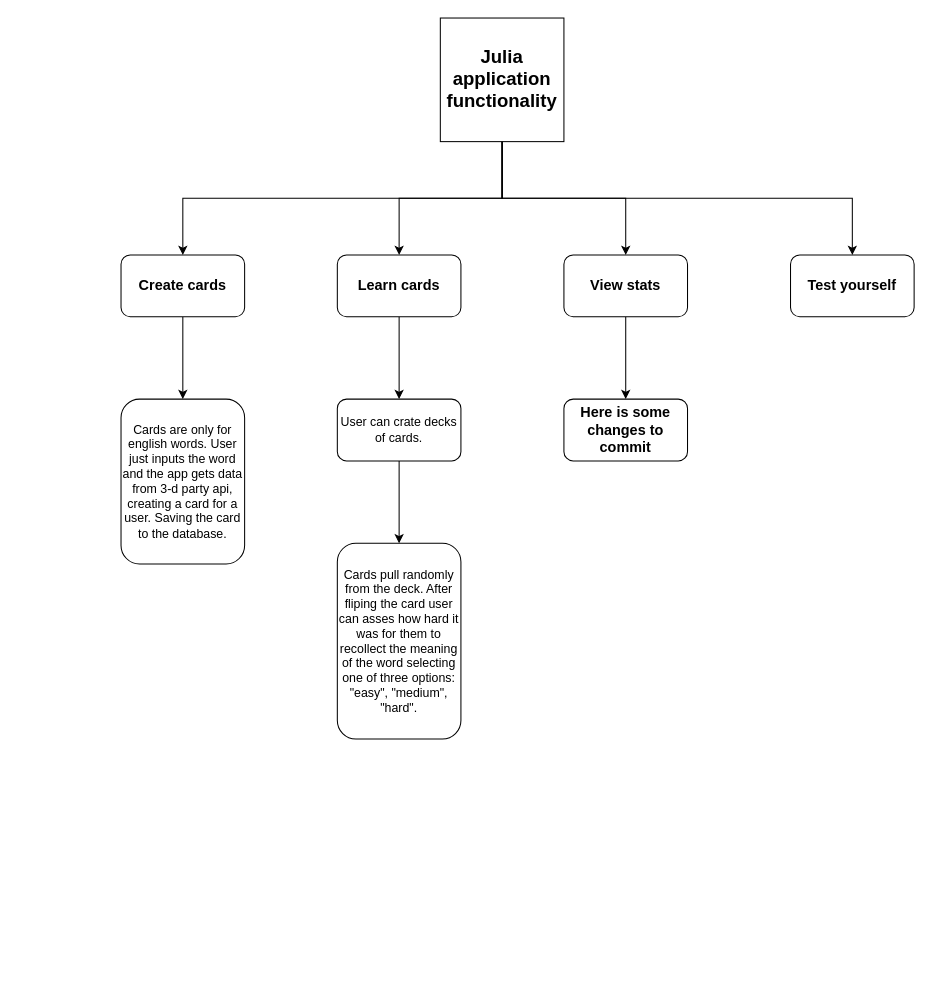
noginpavlo/julia keeps this draw.io diagram as design/julia_functionality.drawio. Above is the earlier version. Source tidied: cells renumbered, new cells numbered last; positions are measured from the earlier drawing's top-left corner, leaving out a move shared by most shapes. Both pictures are drawn from the tidied source at 103%, with x=0, y=0 at pixel (121, 18).
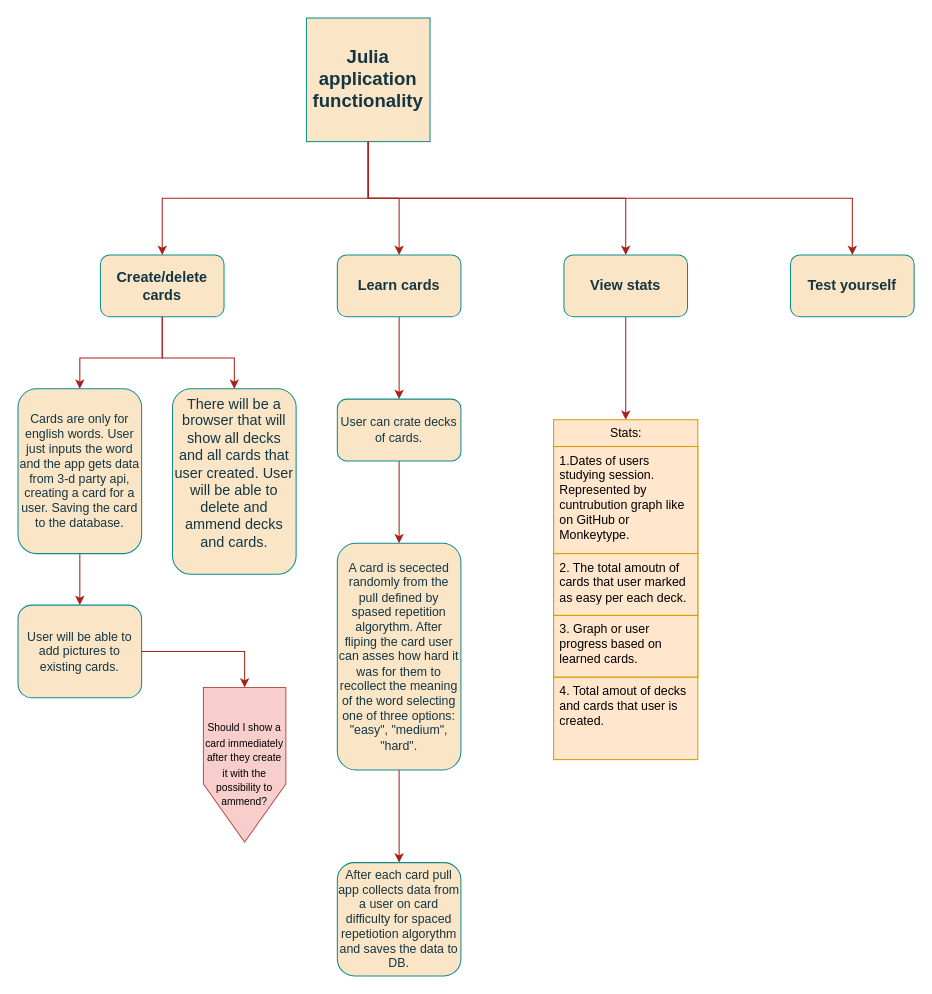
After the change.

What changed in the source:
```diff
@@
-    <mxCell id="2" style="edgeStyle=orthogonalEdgeStyle;rounded=0;jettySize=auto;html=1;" parent="1" edge="1" source="3" target="7">
+    <mxCell id="2" style="edgeStyle=orthogonalEdgeStyle;rounded=0;jettySize=auto;html=1;labelBackgroundColor=none;strokeColor=#A8201A;fontColor=default;" parent="1" edge="1" source="3" target="7">
       <mxGeometry relative="1" as="geometry" />
     </mxCell>
-    <mxCell id="3" value="&lt;font style=&quot;font-size: 18px;&quot;&gt;&lt;b&gt;Julia application functionality&lt;/b&gt;&lt;/font&gt;" style="whiteSpace=wrap;html=1;" parent="1" vertex="1">
-      <mxGeometry x="310" width="120" height="120" as="geometry" />
+    <mxCell id="3" value="&lt;font style=&quot;font-size: 18px;&quot;&gt;&lt;b&gt;Julia application functionality&lt;/b&gt;&lt;/font&gt;" style="whiteSpace=wrap;html=1;labelBackgroundColor=none;fillColor=#FAE5C7;strokeColor=#0F8B8D;fontColor=#143642;" parent="1" vertex="1">
+      <mxGeometry x="180" width="120" height="120" as="geometry" />
     </mxCell>
-    <mxCell id="4" style="edgeStyle=orthogonalEdgeStyle;rounded=0;jettySize=auto;html=1;" parent="1" edge="1" source="5" target="14">
-      <mxGeometry relative="1" as="geometry" />
+    <mxCell id="4" style="edgeStyle=orthogonalEdgeStyle;rounded=0;jettySize=auto;html=1;labelBackgroundColor=none;strokeColor=#A8201A;fontColor=default;entryX=0.5;entryY=0;entryDx=0;entryDy=0;" parent="1" edge="1" source="5" target="14">
+      <mxGeometry relative="1" as="geometry">
+        <Array as="points">
+          <mxPoint x="40" y="330" />
+          <mxPoint x="-40" y="330" />
+        </Array>
+      </mxGeometry>
     </mxCell>
-    <mxCell id="5" value="&lt;font style=&quot;font-size: 14px;&quot;&gt;&lt;b&gt;Create cards&lt;/b&gt;&lt;/font&gt;" style="rounded=1;whiteSpace=wrap;html=1;" parent="1" vertex="1">
-      <mxGeometry y="230" width="120" height="60" as="geometry" />
+    <mxCell id="5" value="&lt;font style=&quot;font-size: 14px;&quot;&gt;&lt;b&gt;Create/delete cards&lt;/b&gt;&lt;/font&gt;" style="rounded=1;whiteSpace=wrap;html=1;labelBackgroundColor=none;fillColor=#FAE5C7;strokeColor=#0F8B8D;fontColor=#143642;" parent="1" vertex="1">
+      <mxGeometry x="-20" y="230" width="120" height="60" as="geometry" />
     </mxCell>
-    <mxCell id="6" style="edgeStyle=orthogonalEdgeStyle;rounded=0;jettySize=auto;html=1;" parent="1" edge="1" source="7" target="16">
+    <mxCell id="6" style="edgeStyle=orthogonalEdgeStyle;rounded=0;jettySize=auto;html=1;labelBackgroundColor=none;strokeColor=#A8201A;fontColor=default;" parent="1" edge="1" source="7" target="16">
       <mxGeometry relative="1" as="geometry" />
     </mxCell>
-    <mxCell id="7" value="&lt;font style=&quot;font-size: 14px;&quot;&gt;&lt;b&gt;Learn cards&lt;/b&gt;&lt;/font&gt;" style="rounded=1;whiteSpace=wrap;html=1;" parent="1" vertex="1">
+    <mxCell id="7" value="&lt;font style=&quot;font-size: 14px;&quot;&gt;&lt;b&gt;Learn cards&lt;/b&gt;&lt;/font&gt;" style="rounded=1;whiteSpace=wrap;html=1;labelBackgroundColor=none;fillColor=#FAE5C7;strokeColor=#0F8B8D;fontColor=#143642;" parent="1" vertex="1">
       <mxGeometry x="210" y="230" width="120" height="60" as="geometry" />
     </mxCell>
-    <mxCell id="8" style="edgeStyle=orthogonalEdgeStyle;rounded=0;jettySize=auto;html=1;" parent="1" edge="1" source="9" target="18">
+    <mxCell id="8" style="edgeStyle=orthogonalEdgeStyle;rounded=0;jettySize=auto;html=1;labelBackgroundColor=none;strokeColor=#A8201A;fontColor=default;entryX=0.5;entryY=0;entryDx=0;entryDy=0;" parent="1" edge="1" source="9" target="22">
       <mxGeometry relative="1" as="geometry" />
     </mxCell>
-    <mxCell id="9" value="&lt;font style=&quot;font-size: 14px;&quot;&gt;&lt;b&gt;View stats&lt;/b&gt;&lt;/font&gt;" style="rounded=1;whiteSpace=wrap;html=1;" parent="1" vertex="1">
+    <mxCell id="9" value="&lt;font style=&quot;font-size: 14px;&quot;&gt;&lt;b&gt;View stats&lt;/b&gt;&lt;/font&gt;" style="rounded=1;whiteSpace=wrap;html=1;labelBackgroundColor=none;fillColor=#FAE5C7;strokeColor=#0F8B8D;fontColor=#143642;" parent="1" vertex="1">
       <mxGeometry x="430" y="230" width="120" height="60" as="geometry" />
     </mxCell>
-    <mxCell id="10" value="&lt;font style=&quot;font-size: 14px;&quot;&gt;&lt;b&gt;Test yourself&lt;/b&gt;&lt;/font&gt;" style="rounded=1;whiteSpace=wrap;html=1;" parent="1" vertex="1">
+    <mxCell id="10" value="&lt;font style=&quot;font-size: 14px;&quot;&gt;&lt;b&gt;Test yourself&lt;/b&gt;&lt;/font&gt;" style="rounded=1;whiteSpace=wrap;html=1;labelBackgroundColor=none;fillColor=#FAE5C7;strokeColor=#0F8B8D;fontColor=#143642;" parent="1" vertex="1">
       <mxGeometry x="650" y="230" width="120" height="60" as="geometry" />
     </mxCell>
-    <mxCell id="11" style="edgeStyle=orthogonalEdgeStyle;rounded=0;jettySize=auto;html=1;exitX=0.5;exitY=1;exitDx=0;exitDy=0;" parent="1" edge="1" source="3" target="9">
+    <mxCell id="11" style="edgeStyle=orthogonalEdgeStyle;rounded=0;jettySize=auto;html=1;exitX=0.5;exitY=1;exitDx=0;exitDy=0;labelBackgroundColor=none;strokeColor=#A8201A;fontColor=default;" parent="1" edge="1" source="3" target="9">
       <mxGeometry relative="1" as="geometry" />
     </mxCell>
-    <mxCell id="12" style="edgeStyle=orthogonalEdgeStyle;rounded=0;jettySize=auto;html=1;entryX=0.5;entryY=0;entryDx=0;entryDy=0;exitX=0.5;exitY=1;exitDx=0;exitDy=0;" parent="1" edge="1" source="3" target="5">
+    <mxCell id="12" style="edgeStyle=orthogonalEdgeStyle;rounded=0;jettySize=auto;html=1;entryX=0.5;entryY=0;entryDx=0;entryDy=0;exitX=0.5;exitY=1;exitDx=0;exitDy=0;labelBackgroundColor=none;strokeColor=#A8201A;fontColor=default;" parent="1" edge="1" source="3" target="5">
       <mxGeometry relative="1" as="geometry" />
     </mxCell>
-    <mxCell id="13" style="edgeStyle=orthogonalEdgeStyle;rounded=0;jettySize=auto;html=1;exitX=0.5;exitY=1;exitDx=0;exitDy=0;entryX=0.5;entryY=0;entryDx=0;entryDy=0;" parent="1" edge="1" source="3" target="10">
+    <mxCell id="13" style="edgeStyle=orthogonalEdgeStyle;rounded=0;jettySize=auto;html=1;exitX=0.5;exitY=1;exitDx=0;exitDy=0;entryX=0.5;entryY=0;entryDx=0;entryDy=0;labelBackgroundColor=none;strokeColor=#A8201A;fontColor=default;" parent="1" edge="1" source="3" target="10">
       <mxGeometry relative="1" as="geometry" />
     </mxCell>
+    <mxCell id="19" style="edgeStyle=orthogonalEdgeStyle;rounded=0;jettySize=auto;html=1;strokeColor=#A8201A;fontColor=#143642;fillColor=#FAE5C7;" parent="1" edge="1" source="14" target="29">
+      <mxGeometry relative="1" as="geometry" />
+    </mxCell>
-    <mxCell id="14" value="Cards are only for english words. User just inputs the word and the app gets data from 3-d party api, creating a card for a user. Saving the card to the database." style="rounded=1;whiteSpace=wrap;html=1;" parent="1" vertex="1">
-      <mxGeometry y="370" width="120" height="160" as="geometry" />
+    <mxCell id="14" value="Cards are only for english words. User just inputs the word and the app gets data from 3-d party api, creating a card for a user. Saving the card to the database." style="rounded=1;whiteSpace=wrap;html=1;labelBackgroundColor=none;fillColor=#FAE5C7;strokeColor=#0F8B8D;fontColor=#143642;" parent="1" vertex="1">
+      <mxGeometry x="-100" y="360" width="120" height="160" as="geometry" />
     </mxCell>
-    <mxCell id="15" style="edgeStyle=orthogonalEdgeStyle;rounded=0;jettySize=auto;html=1;" parent="1" edge="1" source="16" target="17">
+    <mxCell id="15" style="edgeStyle=orthogonalEdgeStyle;rounded=0;jettySize=auto;html=1;labelBackgroundColor=none;strokeColor=#A8201A;fontColor=default;" parent="1" edge="1" source="16" target="17">
       <mxGeometry relative="1" as="geometry" />
     </mxCell>
-    <mxCell id="16" value="&lt;font style=&quot;font-size: 12px;&quot;&gt;User can crate decks of cards.&lt;/font&gt;" style="rounded=1;whiteSpace=wrap;html=1;" parent="1" vertex="1">
+    <mxCell id="16" value="&lt;font style=&quot;font-size: 12px;&quot;&gt;User can crate decks of cards.&lt;/font&gt;" style="rounded=1;whiteSpace=wrap;html=1;labelBackgroundColor=none;fillColor=#FAE5C7;strokeColor=#0F8B8D;fontColor=#143642;" parent="1" vertex="1">
       <mxGeometry x="210" y="370" width="120" height="60" as="geometry" />
     </mxCell>
+    <mxCell id="20" style="edgeStyle=orthogonalEdgeStyle;rounded=0;jettySize=auto;html=1;strokeColor=#A8201A;fontColor=#143642;fillColor=#FAE5C7;" parent="1" edge="1" source="17" target="21">
+      <mxGeometry relative="1" as="geometry" />
+    </mxCell>
-    <mxCell id="17" value="Cards pull randomly from the deck. After fliping the card user can asses how hard it was for them to recollect the meaning of the word selecting one of three options:&lt;div&gt;&quot;easy&quot;, &quot;medium&quot;, &quot;hard&quot;.&lt;/div&gt;" style="rounded=1;whiteSpace=wrap;html=1;" parent="1" vertex="1">
-      <mxGeometry x="210" y="510" width="120" height="190" as="geometry" />
+    <mxCell id="17" value="&lt;div&gt;A card is secected randomly from the pull defined by spased repetition algorythm&lt;span style=&quot;background-color: transparent; color: light-dark(rgb(20, 54, 66), rgb(173, 202, 213));&quot;&gt;. After fliping the card user can asses how hard it was for them to recollect the meaning of the word selecting one of three options:&lt;/span&gt;&lt;/div&gt;&lt;div&gt;&quot;easy&quot;, &quot;medium&quot;, &quot;hard&quot;.&lt;/div&gt;" style="rounded=1;whiteSpace=wrap;html=1;labelBackgroundColor=none;fillColor=#FAE5C7;strokeColor=#0F8B8D;fontColor=#143642;" parent="1" vertex="1">
+      <mxGeometry x="210" y="510" width="120" height="220" as="geometry" />
     </mxCell>
-    <mxCell id="18" value="&lt;span style=&quot;font-size: 14px;&quot;&gt;&lt;b&gt;Here is some changes to commit&lt;/b&gt;&lt;/span&gt;" style="rounded=1;whiteSpace=wrap;html=1;" parent="1" vertex="1">
-      <mxGeometry x="430" y="370" width="120" height="60" as="geometry" />
-    </mxCell>
+    <mxCell id="21" value="After each card pull app collects data from a user on card difficulty for spaced repetiotion algorythm and saves the data to DB." style="whiteSpace=wrap;html=1;fillColor=#FAE5C7;strokeColor=#0F8B8D;fontColor=#143642;rounded=1;labelBackgroundColor=none;" parent="1" vertex="1">
+      <mxGeometry x="210" y="820" width="120" height="110" as="geometry" />
+    </mxCell>
+    <mxCell id="22" value="&lt;span style=&quot;text-wrap-mode: wrap;&quot;&gt;Stats:&lt;/span&gt;" style="swimlane;fontStyle=0;horizontal=1;startSize=26;fillColor=#ffe6cc;html=1;strokeColor=#d79b00;" parent="1" vertex="1">
+      <mxGeometry x="420" y="390" width="140" height="250" as="geometry" />
+    </mxCell>
+    <mxCell id="23" value="&lt;span style=&quot;text-align: center;&quot;&gt;1.Dates of users studying session. Represented by cuntrubution graph like on GitHub or Monkeytype.&lt;/span&gt;" style="text;strokeColor=#d79b00;fillColor=#ffe6cc;align=left;verticalAlign=top;spacingLeft=4;spacingRight=4;overflow=hidden;whiteSpace=wrap;html=1;" parent="22" vertex="1">
+      <mxGeometry y="26" width="140" height="104" as="geometry" />
+    </mxCell>
+    <mxCell id="24" value="&lt;span style=&quot;text-align: center;&quot;&gt;2. The total amoutn of cards that user marked as easy per each deck.&lt;/span&gt;" style="text;strokeColor=#d79b00;fillColor=#ffe6cc;align=left;verticalAlign=top;spacingLeft=4;spacingRight=4;overflow=hidden;whiteSpace=wrap;html=1;" parent="22" vertex="1">
+      <mxGeometry y="130" width="140" height="60" as="geometry" />
+    </mxCell>
+    <mxCell id="25" value="3. Graph or user progress based on learned cards." style="text;strokeColor=#d79b00;fillColor=#ffe6cc;align=left;verticalAlign=top;spacingLeft=4;spacingRight=4;overflow=hidden;whiteSpace=wrap;html=1;" parent="22" vertex="1">
+      <mxGeometry y="190" width="140" height="60" as="geometry" />
+    </mxCell>
+    <mxCell id="26" value="4. Total amout of decks and cards that user is created." style="text;strokeColor=#d79b00;fillColor=#ffe6cc;align=left;verticalAlign=top;spacingLeft=4;spacingRight=4;overflow=hidden;whiteSpace=wrap;html=1;" parent="1" vertex="1">
+      <mxGeometry x="420" y="640" width="140" height="80" as="geometry" />
+    </mxCell>
+    <mxCell id="27" value="&lt;span style=&quot;font-size: 14px;&quot;&gt;There will be a browser that will show all decks and all cards that user created. User will be able to delete and ammend decks and cards.&lt;/span&gt;&lt;br&gt;&lt;div&gt;&lt;span style=&quot;font-size: 14px;&quot;&gt;&lt;br&gt;&lt;/span&gt;&lt;/div&gt;" style="rounded=1;whiteSpace=wrap;html=1;labelBackgroundColor=none;fillColor=#FAE5C7;strokeColor=#0F8B8D;fontColor=#143642;" parent="1" vertex="1">
+      <mxGeometry x="50" y="360" width="120" height="180" as="geometry" />
+    </mxCell>
+    <mxCell id="28" style="edgeStyle=orthogonalEdgeStyle;rounded=0;jettySize=auto;html=1;labelBackgroundColor=none;strokeColor=#A8201A;fontColor=default;exitX=0.5;exitY=1;exitDx=0;exitDy=0;entryX=0.5;entryY=0;entryDx=0;entryDy=0;" parent="1" edge="1" source="5" target="27">
+      <mxGeometry relative="1" as="geometry">
+        <Array as="points">
+          <mxPoint x="40" y="330" />
+          <mxPoint x="110" y="330" />
+        </Array>
+      </mxGeometry>
+    </mxCell>
+    <mxCell id="29" value="User will be able to add pictures to existing cards." style="rounded=1;whiteSpace=wrap;html=1;labelBackgroundColor=none;fillColor=#FAE5C7;strokeColor=#0F8B8D;fontColor=#143642;" parent="1" vertex="1">
+      <mxGeometry x="-100" y="570" width="120" height="90" as="geometry" />
+    </mxCell>
+    <mxCell id="30" value="&lt;font style=&quot;font-size: 10px;&quot;&gt;Should I show a card immediately after they create it with the possibility to ammend?&lt;/font&gt;" style="shape=offPageConnector;whiteSpace=wrap;html=1;strokeColor=#b85450;fillColor=#f8cecc;" parent="1" vertex="1">
+      <mxGeometry x="80" y="650" width="80" height="150" as="geometry" />
+    </mxCell>
+    <mxCell id="31" style="endArrow=classic;html=1;rounded=0;strokeColor=#A8201A;fontColor=#143642;fillColor=#FAE5C7;exitX=1;exitY=0.5;exitDx=0;exitDy=0;entryX=0.5;entryY=0;entryDx=0;entryDy=0;" parent="1" edge="1" source="29" target="30">
+      <mxGeometry relative="1" as="geometry">
+        <Array as="points">
+          <mxPoint x="120" y="615" />
+        </Array>
+      </mxGeometry>
+    </mxCell>
```
